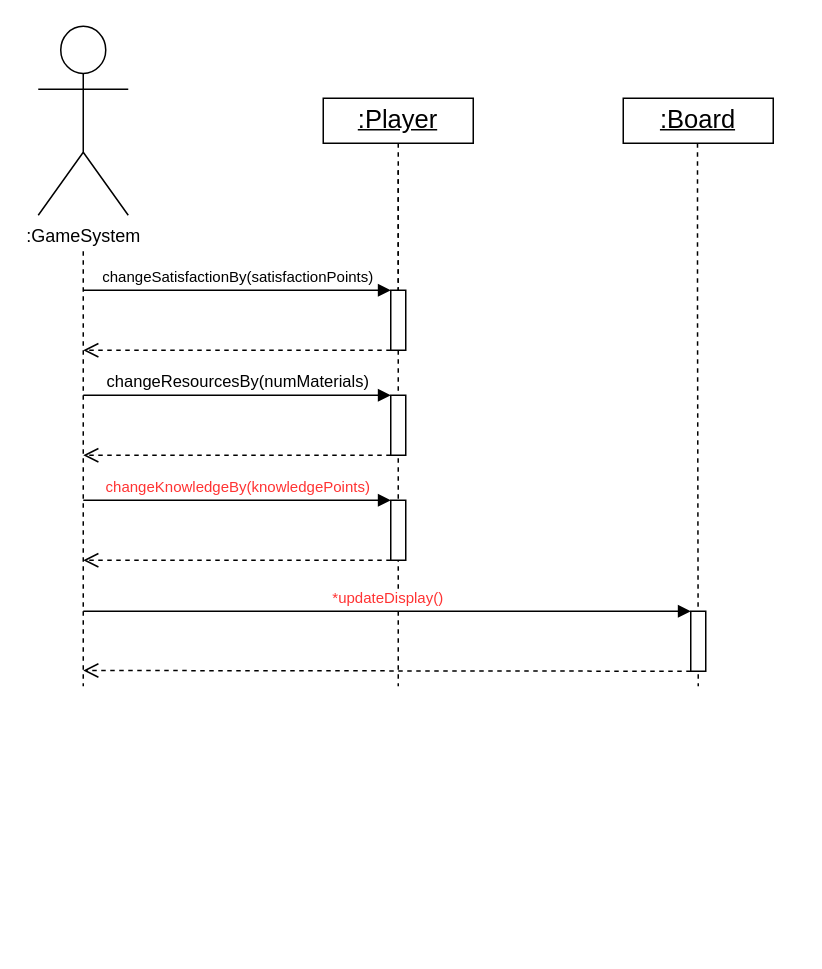
This is page "Display Player Score" (1 of 5) of Deliverables/Semester 1/PDF Report/Diagrams/Sequence Diagrams/Peter's Sequence diagrams.drawio from Xelodico/engineers-without-borders, a draw.io file, before an edit. Source tidied: cells renumbered, new cells numbered last; positions are measured from the earlier drawing's top-left corner, leaving out a move shared by most shapes. Both pictures are drawn from the tidied source at 150%, with x=0, y=0 at pixel (38, 26).
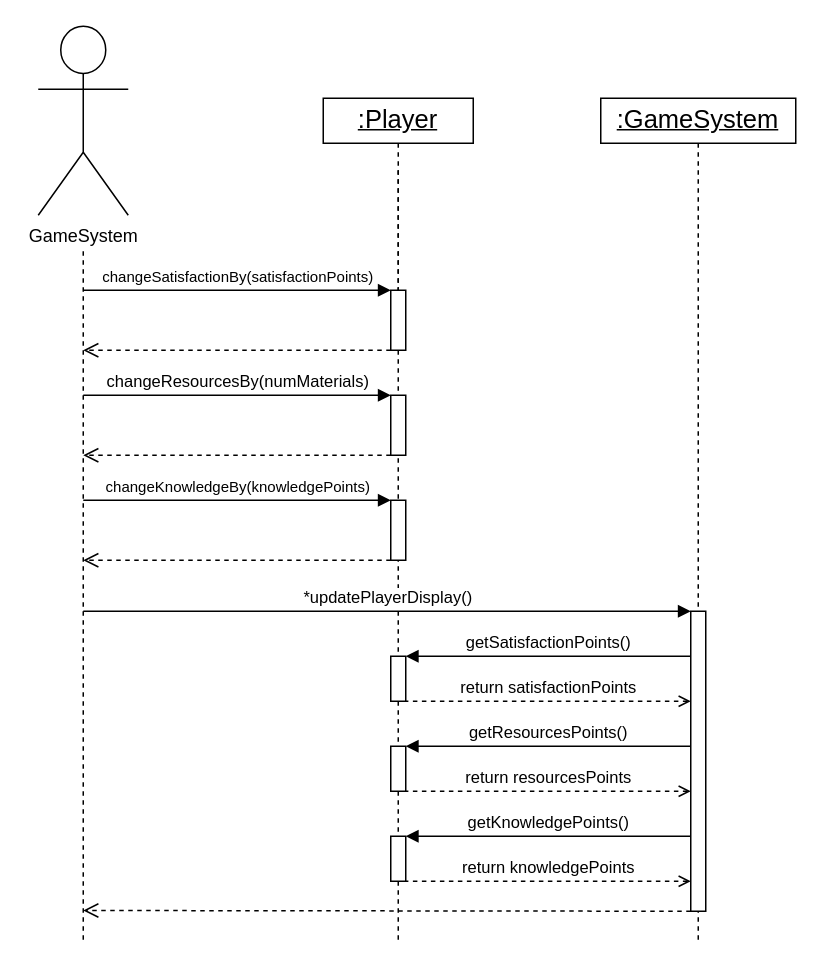
The same page after the edit.

What changed in the source:
```diff
@@
-    <mxCell id="2" style="edgeStyle=orthogonalEdgeStyle;rounded=0;orthogonalLoop=1;jettySize=auto;html=1;dashed=1;endArrow=none;endFill=0;exitX=0.5;exitY=1;exitDx=0;exitDy=0;" parent="1" edge="1">
+    <mxCell id="2" style="edgeStyle=orthogonalEdgeStyle;rounded=0;jettySize=auto;html=1;dashed=1;endArrow=none;endFill=0;exitX=0.5;exitY=1;exitDx=0;exitDy=0;" parent="1" edge="1" source="18">
       <mxGeometry relative="1" as="geometry">
-        <mxPoint x="439.5" y="78" as="sourcePoint" />
-        <mxPoint x="440" y="440" as="targetPoint" />
-        <Array as="points">
-          <mxPoint x="439.5" y="186" />
-          <mxPoint x="439.5" y="186" />
-        </Array>
+        <mxPoint x="440" y="610" as="targetPoint" />
       </mxGeometry>
     </mxCell>
     <mxCell id="3" style="edgeStyle=orthogonalEdgeStyle;rounded=0;orthogonalLoop=1;jettySize=auto;html=1;dashed=1;endArrow=none;endFill=0;" parent="1" edge="1">
       <mxGeometry relative="1" as="geometry">
         <mxPoint x="30" y="150" as="sourcePoint" />
-        <mxPoint x="30" y="440" as="targetPoint" />
+        <mxPoint x="30" y="610" as="targetPoint" />
       </mxGeometry>
     </mxCell>
-    <mxCell id="4" value=":GameSystem" style="shape=umlActor;verticalLabelPosition=bottom;verticalAlign=top;html=1;" parent="1" vertex="1">
+    <mxCell id="4" value="GameSystem" style="shape=umlActor;verticalLabelPosition=bottom;verticalAlign=top;html=1;" parent="1" vertex="1">
       <mxGeometry width="60" height="126" as="geometry" />
     </mxCell>
@@
     <mxCell id="7" style="edgeStyle=orthogonalEdgeStyle;rounded=0;orthogonalLoop=1;jettySize=auto;html=1;dashed=1;endArrow=none;endFill=0;exitX=0.5;exitY=1;exitDx=0;exitDy=0;" parent="1" edge="1">
       <mxGeometry relative="1" as="geometry">
         <mxPoint x="240" y="96" as="sourcePoint" />
-        <mxPoint x="240" y="440" as="targetPoint" />
+        <mxPoint x="240" y="610" as="targetPoint" />
         <Array as="points">
           <mxPoint x="240" y="386" />
         </Array>
       </mxGeometry>
     </mxCell>
@@
-    <mxCell id="14" value="changeKnowledgeBy(knowledgePoints)" style="html=1;verticalAlign=bottom;endArrow=block;curved=0;rounded=0;fontSize=10;fontColor=#FF3333;" parent="1" edge="1">
+    <mxCell id="14" value="changeKnowledgeBy(knowledgePoints)" style="html=1;verticalAlign=bottom;endArrow=block;curved=0;rounded=0;fontSize=10;fontColor=#000000;strokeColor=#000000;" parent="1" edge="1">
       <mxGeometry relative="1" as="geometry">
         <mxPoint x="30" y="316" as="sourcePoint" />
         <mxPoint x="235" y="316" as="targetPoint" />
       </mxGeometry>
     </mxCell>
@@
     <mxCell id="17" style="html=1;points=[[0,0,0,0,5],[0,1,0,0,-5],[1,0,0,0,5],[1,1,0,0,-5]];perimeter=orthogonalPerimeter;outlineConnect=0;targetShapes=umlLifeline;portConstraint=eastwest;newEdgeStyle={&quot;curved&quot;:0,&quot;rounded&quot;:0};" parent="1" vertex="1">
-      <mxGeometry x="435" y="390" width="10" height="40" as="geometry" />
+      <mxGeometry x="435" y="390" width="10" height="200" as="geometry" />
     </mxCell>
-    <mxCell id="18" value=":Board" style="html=1;whiteSpace=wrap;fontStyle=4;fontSize=17;horizontal=1;" parent="1" vertex="1">
-      <mxGeometry x="390" y="48" width="100" height="30" as="geometry" />
+    <mxCell id="18" value=":GameSystem" style="html=1;whiteSpace=wrap;fontStyle=4;fontSize=17;horizontal=1;" parent="1" vertex="1">
+      <mxGeometry x="375" y="48" width="130" height="30" as="geometry" />
     </mxCell>
-    <mxCell id="19" value="*updateDisplay()" style="html=1;verticalAlign=bottom;endArrow=block;curved=0;rounded=0;fontSize=10;fontColor=#FF3333;" parent="1" edge="1" target="17">
+    <mxCell id="19" value="*updatePlayerDisplay()" style="html=1;verticalAlign=bottom;endArrow=block;curved=0;rounded=0;fontSize=11;fontColor=#000000;" parent="1" edge="1" target="17">
       <mxGeometry relative="1" as="geometry">
         <mxPoint x="30" y="390" as="sourcePoint" />
       </mxGeometry>
     </mxCell>
     <mxCell id="20" style="html=1;verticalAlign=bottom;endArrow=open;dashed=1;endSize=8;curved=0;rounded=0;" parent="1" edge="1">
       <mxGeometry relative="1" as="geometry">
-        <mxPoint x="435" y="430" as="sourcePoint" />
-        <mxPoint x="30" y="429.5" as="targetPoint" />
+        <mxPoint x="435" y="590" as="sourcePoint" />
+        <mxPoint x="30" y="589.5" as="targetPoint" />
       </mxGeometry>
     </mxCell>
+    <mxCell id="21" style="html=1;points=[[0,0,0,0,5],[0,1,0,0,-5],[1,0,0,0,5],[1,1,0,0,-5]];perimeter=orthogonalPerimeter;outlineConnect=0;targetShapes=umlLifeline;portConstraint=eastwest;newEdgeStyle={&quot;curved&quot;:0,&quot;rounded&quot;:0};" parent="1" vertex="1">
+      <mxGeometry x="235" y="420" width="10" height="30" as="geometry" />
+    </mxCell>
+    <mxCell id="22" value="getSatisfactionPoints()" style="html=1;verticalAlign=bottom;endArrow=none;curved=0;rounded=0;fontSize=11;fontColor=#000000;strokeColor=#000000;startArrow=block;startFill=1;endFill=0;" parent="1" edge="1" source="21">
+      <mxGeometry relative="1" as="geometry">
+        <mxPoint x="435" y="420" as="targetPoint" />
+      </mxGeometry>
+    </mxCell>
+    <mxCell id="23" value="return satisfactionPoints" style="html=1;verticalAlign=bottom;endArrow=none;dashed=1;endSize=8;curved=0;rounded=0;endFill=0;startArrow=open;startFill=0;fontSize=11;" parent="1" edge="1" source="17">
+      <mxGeometry relative="1" as="geometry">
+        <mxPoint x="245" y="450" as="targetPoint" />
+      </mxGeometry>
+    </mxCell>
+    <mxCell id="24" value="return resourcesPoints" style="html=1;verticalAlign=bottom;endArrow=none;dashed=1;endSize=8;curved=0;rounded=0;endFill=0;startArrow=open;startFill=0;fontSize=11;" parent="1" edge="1">
+      <mxGeometry relative="1" as="geometry">
+        <mxPoint x="435" y="510" as="sourcePoint" />
+        <mxPoint x="245" y="510" as="targetPoint" />
+      </mxGeometry>
+    </mxCell>
+    <mxCell id="25" value="getResourcesPoints()" style="html=1;verticalAlign=bottom;endArrow=none;curved=0;rounded=0;fontSize=11;fontColor=#000000;strokeColor=#000000;startArrow=block;startFill=1;endFill=0;" parent="1" edge="1" source="26">
+      <mxGeometry relative="1" as="geometry">
+        <mxPoint x="435" y="480" as="targetPoint" />
+      </mxGeometry>
+    </mxCell>
+    <mxCell id="26" style="html=1;points=[[0,0,0,0,5],[0,1,0,0,-5],[1,0,0,0,5],[1,1,0,0,-5]];perimeter=orthogonalPerimeter;outlineConnect=0;targetShapes=umlLifeline;portConstraint=eastwest;newEdgeStyle={&quot;curved&quot;:0,&quot;rounded&quot;:0};" parent="1" vertex="1">
+      <mxGeometry x="235" y="480" width="10" height="30" as="geometry" />
+    </mxCell>
+    <mxCell id="27" value="return knowledgePoints" style="html=1;verticalAlign=bottom;endArrow=none;dashed=1;endSize=8;curved=0;rounded=0;endFill=0;startArrow=open;startFill=0;fontSize=11;" parent="1" edge="1">
+      <mxGeometry relative="1" as="geometry">
+        <mxPoint x="435" y="570" as="sourcePoint" />
+        <mxPoint x="245" y="570" as="targetPoint" />
+      </mxGeometry>
+    </mxCell>
+    <mxCell id="28" value="getKnowledgePoints()" style="html=1;verticalAlign=bottom;endArrow=none;curved=0;rounded=0;fontSize=11;fontColor=#000000;strokeColor=#000000;startArrow=block;startFill=1;endFill=0;" parent="1" edge="1" source="29">
+      <mxGeometry relative="1" as="geometry">
+        <mxPoint x="435" y="540" as="targetPoint" />
+      </mxGeometry>
+    </mxCell>
+    <mxCell id="29" style="html=1;points=[[0,0,0,0,5],[0,1,0,0,-5],[1,0,0,0,5],[1,1,0,0,-5]];perimeter=orthogonalPerimeter;outlineConnect=0;targetShapes=umlLifeline;portConstraint=eastwest;newEdgeStyle={&quot;curved&quot;:0,&quot;rounded&quot;:0};" parent="1" vertex="1">
+      <mxGeometry x="235" y="540" width="10" height="30" as="geometry" />
+    </mxCell>
```
